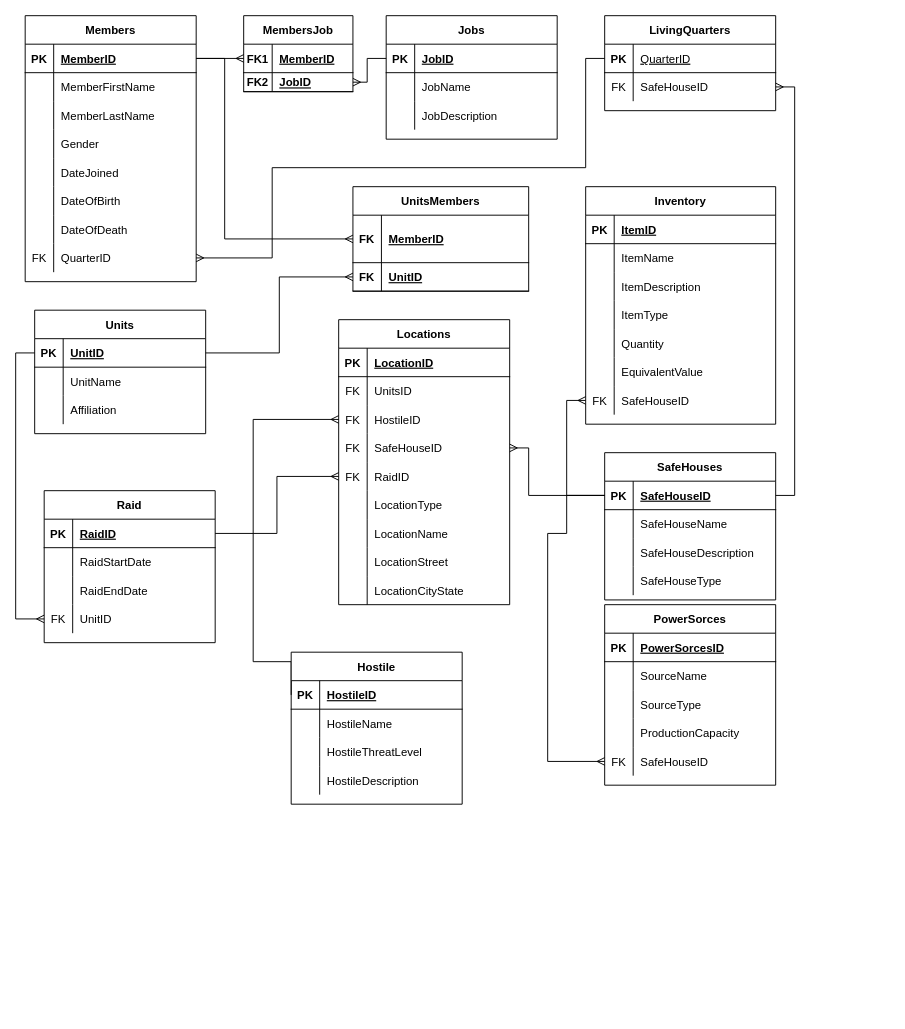
Above: Final ERD (SafeHouse Edition).drawio in coyster10/Doomsday_Project (draw.io), before the change. Source tidied: cells renumbered, new cells numbered last; positions are measured from the earlier drawing's top-left corner, leaving out a move shared by most shapes. Both pictures are drawn from the tidied source at 95%, with x=0, y=0 at pixel (25, 15).
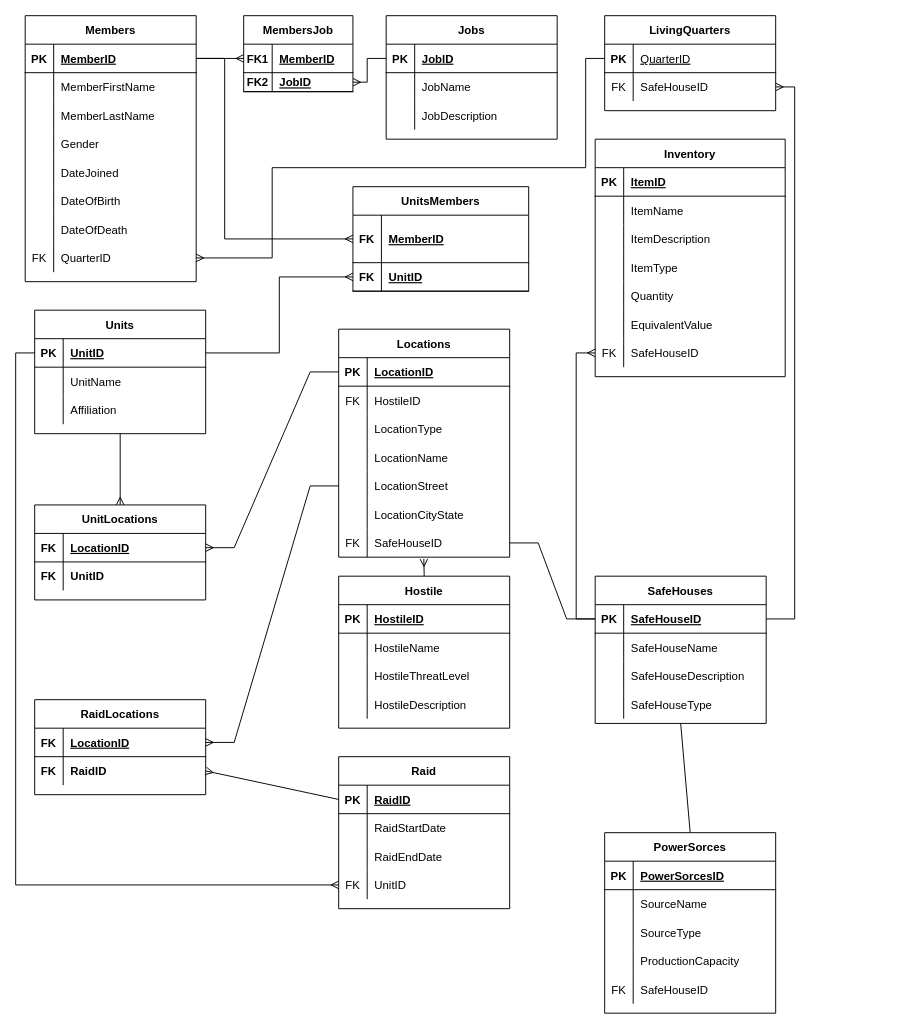
Above is the later version.

The change refers to these unchanged cells:
```xml
<mxCell id="29" style="shape=partialRectangle;fillColor=none;top=0;left=0;bottom=1;right=0;points=[[0,0.5],[1,0.5]];portConstraint=eastwest;" parent="28" vertex="1">
  <mxGeometry y="30" width="180" height="30" as="geometry" />
</mxCell>
<mxCell id="56" value="Units" style="shape=table;startSize=30;childLayout=tableLayout;rowLines=0;fontStyle=1;align=center;" parent="1" vertex="1">
  <mxGeometry x="10" y="310" width="180" height="130" as="geometry" />
</mxCell>
<mxCell id="89" style="shape=partialRectangle;fillColor=none;top=0;left=0;bottom=1;right=0;points=[[0,0.5],[1,0.5]];portConstraint=eastwest;" parent="88" vertex="1">
  <mxGeometry y="30" width="180" height="30" as="geometry" />
</mxCell>
<mxCell id="102" style="shape=partialRectangle;fillColor=none;top=0;left=0;bottom=1;right=0;points=[[0,0.5],[1,0.5]];portConstraint=eastwest;" parent="101" vertex="1">
  <mxGeometry y="30" width="180" height="30" as="geometry" />
</mxCell>
<mxCell id="127" style="shape=partialRectangle;fillColor=none;top=0;left=0;bottom=0;right=0;points=[[0,0.5],[1,0.5]];portConstraint=eastwest;" parent="114" vertex="1">
  <mxGeometry y="150" width="180" height="30" as="geometry" />
</mxCell>
<mxCell id="160" style="shape=partialRectangle;fillColor=none;top=0;left=0;bottom=1;right=0;points=[[0,0.5],[1,0.5]];portConstraint=eastwest;" parent="159" vertex="1">
  <mxGeometry y="30" width="180" height="30" as="geometry" />
</mxCell>
```

The edit, as a diff of the source:
```diff
@@
-    <mxCell id="27" style="edgeStyle=orthogonalEdgeStyle;rounded=0;jettySize=auto;html=1;exitX=0;exitY=0.5;exitDx=0;exitDy=0;entryX=0;entryY=0.5;entryDx=0;entryDy=0;startArrow=ERmany;startFill=0;endArrow=none;endFill=0;" parent="1" edge="1" source="35" target="89">
-      <mxGeometry relative="1" as="geometry">
-        <Array as="points">
-          <mxPoint x="240" y="425" />
-          <mxPoint x="240" y="680" />
-          <mxPoint x="280" y="680" />
-        </Array>
-      </mxGeometry>
-    </mxCell>
     <mxCell id="28" value="Locations" style="shape=table;startSize=30;childLayout=tableLayout;rowLines=0;fontStyle=1;align=center;" parent="1" vertex="1">
-      <mxGeometry x="330" y="320" width="180" height="300" as="geometry" />
+      <mxGeometry x="330" y="330" width="180" height="240" as="geometry" />
     </mxCell>
@@
-    <mxCell id="32" style="shape=partialRectangle;fillColor=none;top=0;left=0;bottom=0;right=0;" parent="28" vertex="1">
-      <mxGeometry y="60" width="180" height="30" as="geometry" />
-    </mxCell>
-    <mxCell id="33" value="FK" style="shape=partialRectangle;fillColor=none;top=0;left=0;bottom=0;right=0;overflow=hidden;" parent="32" vertex="1">
-      <mxGeometry width="30" height="30" as="geometry" />
-    </mxCell>
-    <mxCell id="34" value="UnitsID" style="shape=partialRectangle;fillColor=none;top=0;left=0;bottom=0;right=0;align=left;spacingLeft=6;overflow=hidden;" parent="32" vertex="1">
-      <mxGeometry x="30" width="150" height="30" as="geometry" />
-    </mxCell>
     <mxCell id="35" style="shape=partialRectangle;fillColor=none;top=0;left=0;bottom=0;right=0;points=[[0,0.5],[1,0.5]];portConstraint=eastwest;" parent="28" vertex="1">
-      <mxGeometry y="90" width="180" height="30" as="geometry" />
+      <mxGeometry y="60" width="180" height="30" as="geometry" />
     </mxCell>
@@
-    <mxCell id="38" style="shape=partialRectangle;fillColor=none;top=0;left=0;bottom=0;right=0;points=[[0,0.5],[1,0.5]];portConstraint=eastwest;" parent="28" vertex="1">
-      <mxGeometry y="120" width="180" height="30" as="geometry" />
-    </mxCell>
-    <mxCell id="39" value="FK" style="shape=partialRectangle;fillColor=none;top=0;left=0;bottom=0;right=0;overflow=hidden;" parent="38" vertex="1">
-      <mxGeometry width="30" height="30" as="geometry" />
-    </mxCell>
-    <mxCell id="40" value="SafeHouseID" style="shape=partialRectangle;fillColor=none;top=0;left=0;bottom=0;right=0;align=left;spacingLeft=6;overflow=hidden;" parent="38" vertex="1">
-      <mxGeometry x="30" width="150" height="30" as="geometry" />
-    </mxCell>
-    <mxCell id="41" style="shape=partialRectangle;fillColor=none;top=0;left=0;bottom=0;right=0;points=[[0,0.5],[1,0.5]];portConstraint=eastwest;" parent="28" vertex="1">
-      <mxGeometry y="150" width="180" height="30" as="geometry" />
-    </mxCell>
-    <mxCell id="42" value="FK" style="shape=partialRectangle;fillColor=none;top=0;left=0;bottom=0;right=0;overflow=hidden;" parent="41" vertex="1">
-      <mxGeometry width="30" height="30" as="geometry" />
-    </mxCell>
-    <mxCell id="43" value="RaidID" style="shape=partialRectangle;fillColor=none;top=0;left=0;bottom=0;right=0;align=left;spacingLeft=6;overflow=hidden;" parent="41" vertex="1">
-      <mxGeometry x="30" width="150" height="30" as="geometry" />
-    </mxCell>
     <mxCell id="44" style="shape=partialRectangle;fillColor=none;top=0;left=0;bottom=0;right=0;" parent="28" vertex="1">
-      <mxGeometry y="180" width="180" height="30" as="geometry" />
+      <mxGeometry y="90" width="180" height="30" as="geometry" />
     </mxCell>
@@
     <mxCell id="47" style="shape=partialRectangle;fillColor=none;top=0;left=0;bottom=0;right=0;" parent="28" vertex="1">
-      <mxGeometry y="210" width="180" height="30" as="geometry" />
+      <mxGeometry y="120" width="180" height="30" as="geometry" />
     </mxCell>
@@
     <mxCell id="50" style="shape=partialRectangle;fillColor=none;top=0;left=0;bottom=0;right=0;points=[[0,0.5],[1,0.5]];portConstraint=eastwest;" parent="28" vertex="1">
-      <mxGeometry y="240" width="180" height="30" as="geometry" />
+      <mxGeometry y="150" width="180" height="30" as="geometry" />
     </mxCell>
@@
+    <mxCell id="187" style="shape=partialRectangle;fillColor=none;top=0;left=0;bottom=0;right=0;" parent="28" vertex="1">
+      <mxGeometry y="180" width="180" height="30" as="geometry" />
+    </mxCell>
+    <mxCell id="188" style="shape=partialRectangle;fillColor=none;top=0;left=0;bottom=0;right=0;overflow=hidden;" parent="187" vertex="1">
+      <mxGeometry width="30" height="30" as="geometry" />
+    </mxCell>
+    <mxCell id="189" value="LocationCityState" style="shape=partialRectangle;fillColor=none;top=0;left=0;bottom=0;right=0;align=left;spacingLeft=6;overflow=hidden;" parent="187" vertex="1">
+      <mxGeometry x="30" width="150" height="30" as="geometry" />
+    </mxCell>
     <mxCell id="53" style="shape=partialRectangle;fillColor=none;top=0;left=0;bottom=0;right=0;points=[[0,0.5],[1,0.5]];portConstraint=eastwest;" parent="28" vertex="1">
-      <mxGeometry y="270" width="180" height="30" as="geometry" />
+      <mxGeometry y="210" width="180" height="30" as="geometry" />
     </mxCell>
-    <mxCell id="54" style="shape=partialRectangle;fillColor=none;top=0;left=0;bottom=0;right=0;overflow=hidden;" parent="53" vertex="1">
+    <mxCell id="54" value="FK" style="shape=partialRectangle;fillColor=none;top=0;left=0;bottom=0;right=0;overflow=hidden;" parent="53" vertex="1">
       <mxGeometry width="30" height="30" as="geometry" />
     </mxCell>
-    <mxCell id="55" value="LocationCityState" style="shape=partialRectangle;fillColor=none;top=0;left=0;bottom=0;right=0;align=left;spacingLeft=6;overflow=hidden;" parent="53" vertex="1">
+    <mxCell id="55" value="SafeHouseID" style="shape=partialRectangle;fillColor=none;top=0;left=0;bottom=0;right=0;align=left;spacingLeft=6;overflow=hidden;" parent="53" vertex="1">
       <mxGeometry x="30" width="150" height="30" as="geometry" />
     </mxCell>
@@
     <mxCell id="66" value="Inventory" style="shape=table;startSize=30;childLayout=tableLayout;rowLines=0;fontStyle=1;align=center;" parent="1" vertex="1">
-      <mxGeometry x="590" y="180" width="200" height="250" as="geometry" />
+      <mxGeometry x="600" y="130" width="200" height="250" as="geometry" />
     </mxCell>
@@
     <mxCell id="88" value="Hostile" style="shape=table;startSize=30;childLayout=tableLayout;rowLines=0;fontStyle=1;align=center;" parent="1" vertex="1">
-      <mxGeometry x="280" y="670" width="180" height="160" as="geometry" />
+      <mxGeometry x="330" y="590" width="180" height="160" as="geometry" />
     </mxCell>
@@
     <mxCell id="101" value="SafeHouses" style="shape=table;startSize=30;childLayout=tableLayout;rowLines=0;fontStyle=1;align=center;" parent="1" vertex="1">
-      <mxGeometry x="610" y="460" width="180" height="155" as="geometry" />
+      <mxGeometry x="600" y="590" width="180" height="155" as="geometry" />
     </mxCell>
@@
     <mxCell id="114" value="PowerSorces" style="shape=table;startSize=30;childLayout=tableLayout;rowLines=0;fontStyle=1;align=center;" parent="1" vertex="1">
-      <mxGeometry x="610" y="620" width="180" height="190" as="geometry" />
+      <mxGeometry x="610" y="860" width="180" height="190" as="geometry" />
     </mxCell>
@@
     <mxCell id="159" value="Raid" style="shape=table;startSize=30;childLayout=tableLayout;rowLines=0;fontStyle=1;align=center;" parent="1" vertex="1">
-      <mxGeometry x="20" y="500" width="180" height="160" as="geometry" />
+      <mxGeometry x="330" y="780" width="180" height="160" as="geometry" />
     </mxCell>
@@
-    <mxCell id="175" style="edgeStyle=orthogonalEdgeStyle;rounded=0;jettySize=auto;html=1;exitX=0;exitY=0.5;exitDx=0;exitDy=0;entryX=1;entryY=0.5;entryDx=0;entryDy=0;startArrow=ERmany;startFill=0;endArrow=none;endFill=0;" parent="1" edge="1" source="41" target="160">
-      <mxGeometry relative="1" as="geometry" />
-    </mxCell>
@@
-    <mxCell id="178" style="edgeStyle=orthogonalEdgeStyle;rounded=0;jettySize=auto;html=1;exitX=1;exitY=0.5;exitDx=0;exitDy=0;entryX=0;entryY=0.5;entryDx=0;entryDy=0;startArrow=ERmany;startFill=0;endArrow=none;endFill=0;" parent="1" edge="1" source="38" target="102">
-      <mxGeometry relative="1" as="geometry">
-        <Array as="points">
-          <mxPoint x="530" y="455" />
-          <mxPoint x="530" y="505" />
-        </Array>
-      </mxGeometry>
-    </mxCell>
-    <mxCell id="179" style="edgeStyle=orthogonalEdgeStyle;rounded=0;jettySize=auto;html=1;exitX=0;exitY=0.5;exitDx=0;exitDy=0;entryX=0;entryY=0.5;entryDx=0;entryDy=0;startArrow=ERmany;startFill=0;endArrow=none;endFill=0;" parent="1" edge="1" source="127" target="102">
-      <mxGeometry relative="1" as="geometry">
-        <Array as="points">
-          <mxPoint x="550" y="785" />
-          <mxPoint x="550" y="545" />
-          <mxPoint x="570" y="545" />
-          <mxPoint x="570" y="505" />
-        </Array>
-      </mxGeometry>
-    </mxCell>
@@
+    <mxCell id="190" style="endArrow=ERmany;html=1;rounded=0;entryX=0.498;entryY=1.06;entryDx=0;entryDy=0;exitX=0.5;exitY=0;exitDx=0;exitDy=0;entryPerimeter=0;startArrow=none;startFill=0;endFill=0;" parent="1" edge="1" source="88" target="53">
+      <mxGeometry relative="1" as="geometry" />
+    </mxCell>
+    <mxCell id="191" value="RaidLocations" style="shape=table;startSize=30;childLayout=tableLayout;rowLines=0;fontStyle=1;align=center;" parent="1" vertex="1">
+      <mxGeometry x="10" y="720" width="180" height="100" as="geometry" />
+    </mxCell>
+    <mxCell id="192" style="shape=partialRectangle;fillColor=none;top=0;left=0;bottom=1;right=0;points=[[0,0.5],[1,0.5]];portConstraint=eastwest;" parent="191" vertex="1">
+      <mxGeometry y="30" width="180" height="30" as="geometry" />
+    </mxCell>
+    <mxCell id="193" value="FK" style="shape=partialRectangle;fillColor=none;top=0;left=0;bottom=0;right=0;fontStyle=1;overflow=hidden;" parent="192" vertex="1">
+      <mxGeometry width="30" height="30" as="geometry" />
+    </mxCell>
+    <mxCell id="194" value="LocationID" style="shape=partialRectangle;fillColor=none;top=0;left=0;bottom=0;right=0;align=left;spacingLeft=6;fontStyle=5;overflow=hidden;" parent="192" vertex="1">
+      <mxGeometry x="30" width="150" height="30" as="geometry" />
+    </mxCell>
+    <mxCell id="195" style="shape=partialRectangle;fillColor=none;top=0;left=0;bottom=0;right=0;points=[[0,0.5],[1,0.5]];portConstraint=eastwest;" parent="191" vertex="1">
+      <mxGeometry y="60" width="180" height="30" as="geometry" />
+    </mxCell>
+    <mxCell id="196" value="FK" style="shape=partialRectangle;fillColor=none;top=0;left=0;bottom=0;right=0;overflow=hidden;fontStyle=1;" parent="195" vertex="1">
+      <mxGeometry width="30" height="30" as="geometry" />
+    </mxCell>
+    <mxCell id="43" value="RaidID" style="shape=partialRectangle;fillColor=none;top=0;left=0;bottom=0;right=0;align=left;spacingLeft=6;overflow=hidden;fontStyle=1;" parent="195" vertex="1">
+      <mxGeometry x="30" width="150" height="30" as="geometry" />
+    </mxCell>
+    <mxCell id="197" value="UnitLocations" style="shape=table;startSize=30;childLayout=tableLayout;rowLines=0;fontStyle=1;align=center;" parent="1" vertex="1">
+      <mxGeometry x="10" y="515" width="180" height="100" as="geometry" />
+    </mxCell>
+    <mxCell id="198" style="shape=partialRectangle;fillColor=none;top=0;left=0;bottom=1;right=0;points=[[0,0.5],[1,0.5]];portConstraint=eastwest;" parent="197" vertex="1">
+      <mxGeometry y="30" width="180" height="30" as="geometry" />
+    </mxCell>
+    <mxCell id="199" value="FK" style="shape=partialRectangle;fillColor=none;top=0;left=0;bottom=0;right=0;fontStyle=1;overflow=hidden;" parent="198" vertex="1">
+      <mxGeometry width="30" height="30" as="geometry" />
+    </mxCell>
+    <mxCell id="200" value="LocationID" style="shape=partialRectangle;fillColor=none;top=0;left=0;bottom=0;right=0;align=left;spacingLeft=6;fontStyle=5;overflow=hidden;" parent="198" vertex="1">
+      <mxGeometry x="30" width="150" height="30" as="geometry" />
+    </mxCell>
+    <mxCell id="201" style="shape=partialRectangle;fillColor=none;top=0;left=0;bottom=0;right=0;" parent="197" vertex="1">
+      <mxGeometry y="60" width="180" height="30" as="geometry" />
+    </mxCell>
+    <mxCell id="202" value="FK" style="shape=partialRectangle;fillColor=none;top=0;left=0;bottom=0;right=0;overflow=hidden;fontStyle=1;" parent="201" vertex="1">
+      <mxGeometry width="30" height="30" as="geometry" />
+    </mxCell>
+    <mxCell id="203" value="UnitID" style="shape=partialRectangle;fillColor=none;top=0;left=0;bottom=0;right=0;align=left;spacingLeft=6;overflow=hidden;fontStyle=1;" parent="201" vertex="1">
+      <mxGeometry x="30" width="150" height="30" as="geometry" />
+    </mxCell>
+    <mxCell id="204" style="endArrow=none;html=1;rounded=0;entryX=0;entryY=0.5;entryDx=0;entryDy=0;exitX=1;exitY=0.5;exitDx=0;exitDy=0;startArrow=ERmany;startFill=0;" parent="1" edge="1" source="195" target="160">
+      <mxGeometry relative="1" as="geometry" />
+    </mxCell>
+    <mxCell id="205" style="endArrow=none;html=1;rounded=0;entryX=0.5;entryY=1;entryDx=0;entryDy=0;exitX=0.5;exitY=0;exitDx=0;exitDy=0;startArrow=ERmany;startFill=0;" parent="1" edge="1" source="197" target="56">
+      <mxGeometry relative="1" as="geometry" />
+    </mxCell>
+    <mxCell id="206" style="edgeStyle=entityRelationEdgeStyle;fontSize=12;html=1;endArrow=none;rounded=0;exitX=1;exitY=0.5;exitDx=0;exitDy=0;entryX=0;entryY=0.5;entryDx=0;entryDy=0;endFill=0;startArrow=ERmany;startFill=0;" parent="1" edge="1" source="198" target="29">
+      <mxGeometry relative="1" as="geometry" />
+    </mxCell>
+    <mxCell id="207" style="edgeStyle=entityRelationEdgeStyle;fontSize=12;html=1;endArrow=none;rounded=0;entryX=0;entryY=0.5;entryDx=0;entryDy=0;endFill=0;startArrow=ERmany;startFill=0;exitX=1;exitY=0.5;exitDx=0;exitDy=0;" parent="1" edge="1" source="192" target="50">
+      <mxGeometry relative="1" as="geometry" />
+    </mxCell>
+    <mxCell id="208" style="endArrow=none;html=1;rounded=0;entryX=0.5;entryY=1;entryDx=0;entryDy=0;exitX=0.5;exitY=0;exitDx=0;exitDy=0;" parent="1" edge="1" source="114" target="101">
+      <mxGeometry relative="1" as="geometry" />
+    </mxCell>
+    <mxCell id="209" style="edgeStyle=entityRelationEdgeStyle;fontSize=12;html=1;endArrow=none;startArrow=none;rounded=0;exitX=1;exitY=0.5;exitDx=0;exitDy=0;entryX=0;entryY=0.5;entryDx=0;entryDy=0;startFill=0;endFill=0;" parent="1" edge="1" source="53" target="102">
+      <mxGeometry relative="1" as="geometry" />
+    </mxCell>
```
